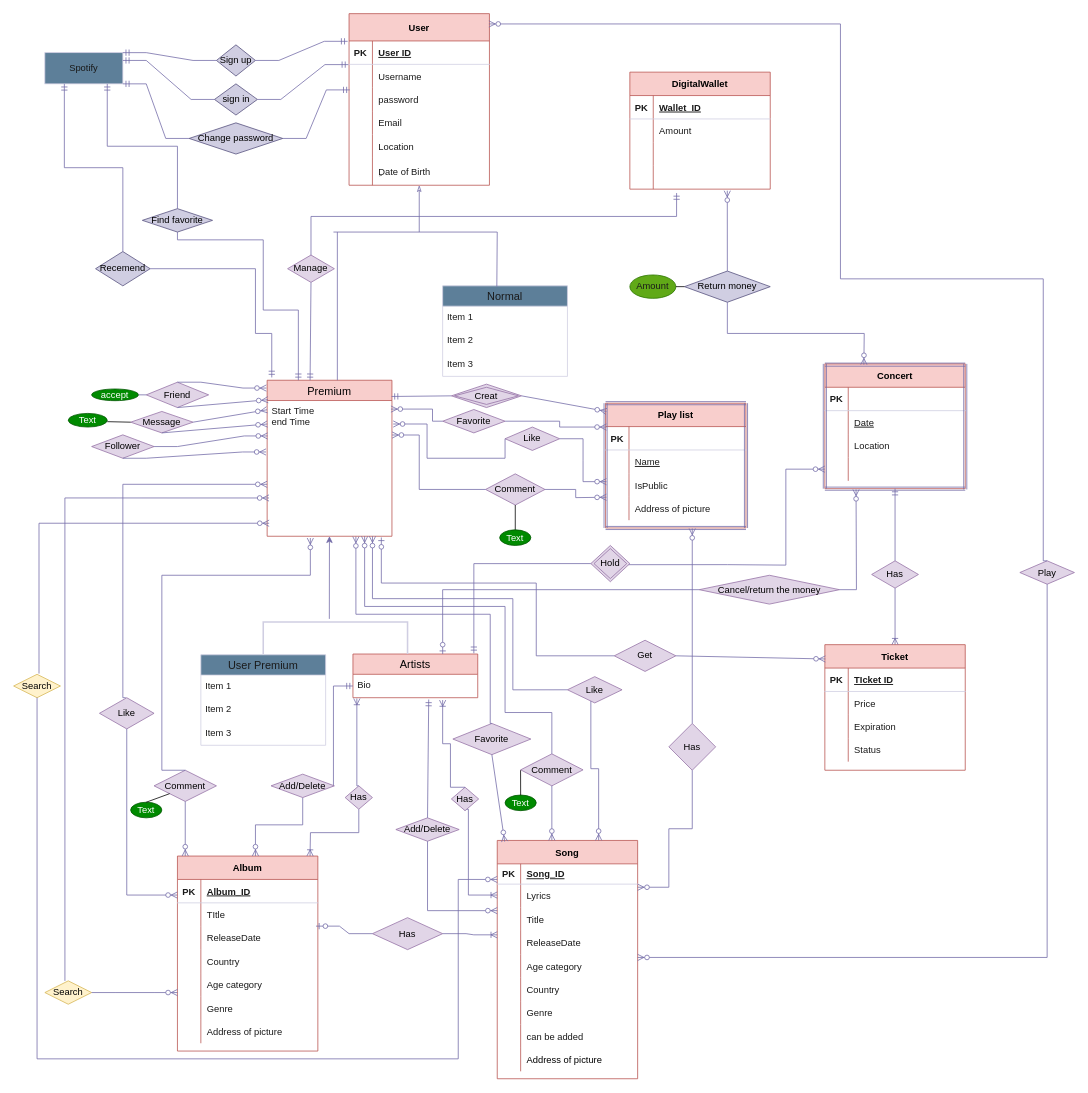
Earlier version of the draw.io diagram DiagramProjectDB1.drawio (Mahrokh-M/Spotify). Source tidied: cells renumbered, new cells numbered last; positions are measured from the earlier drawing's top-left corner, leaving out a move shared by most shapes. Both pictures are drawn from the tidied source at 78%, with x=0, y=0 at pixel (13, 13).
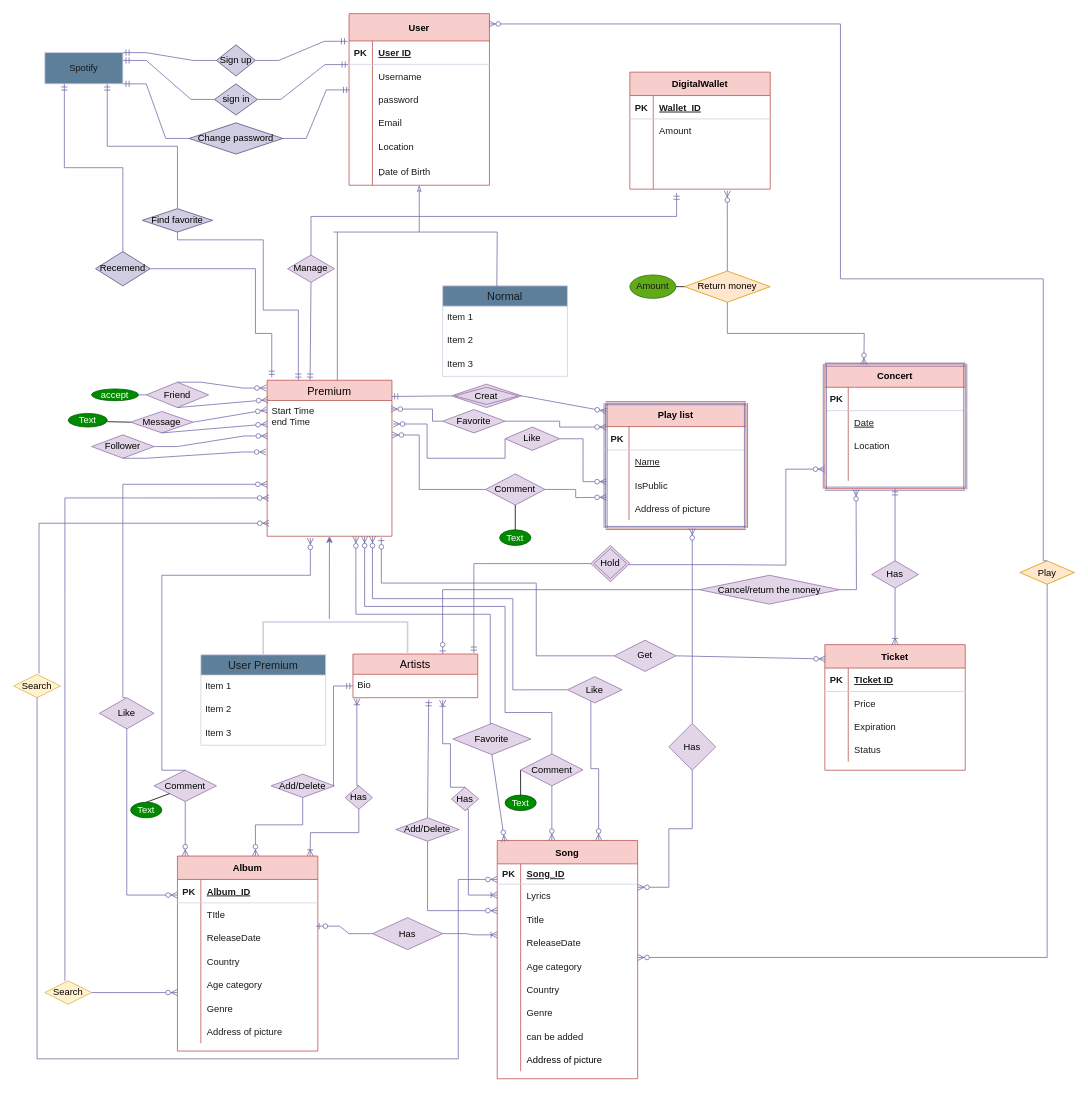
The same diagram, later.

Commit message (it also covers changes not shown here):
Add Artist query

Change to the diagram source:
```diff
@@
-    <mxCell id="173" value="Play" style="shape=rhombus;perimeter=rhombusPerimeter;whiteSpace=wrap;html=1;align=center;labelBackgroundColor=none;fillColor=#e1d5e7;strokeColor=#9673a6;" parent="1" vertex="1">
+    <mxCell id="173" value="Play" style="shape=rhombus;perimeter=rhombusPerimeter;whiteSpace=wrap;html=1;align=center;labelBackgroundColor=none;fillColor=#ffe6cc;strokeColor=#d79b00;" parent="1" vertex="1">
       <mxGeometry x="1290" y="701.5" width="70" height="30" as="geometry" />
     </mxCell>
@@
-    <mxCell id="237" value="Return money" style="shape=rhombus;perimeter=rhombusPerimeter;whiteSpace=wrap;html=1;align=center;strokeColor=#56517e;fillColor=#d0cee2;labelBackgroundColor=none;" parent="1" vertex="1">
+    <mxCell id="237" value="Return money" style="shape=rhombus;perimeter=rhombusPerimeter;whiteSpace=wrap;html=1;align=center;strokeColor=#d79b00;fillColor=#ffe6cc;labelBackgroundColor=none;" parent="1" vertex="1">
       <mxGeometry x="860" y="330" width="110" height="40" as="geometry" />
     </mxCell>
```
